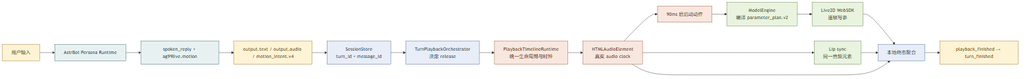
Above: docs/01-架构与结构/05-端到端消息播放时序图-浓缩版.png in murphys7017/AG99live (Mermaid), before the change. Its source is kept beside it as docs/01-架构与结构/05-端到端消息播放时序图-浓缩版.mmd. The source it was exported from:
```mermaid
flowchart LR
    classDef a fill:#e8f1f2,stroke:#2f5d62,color:#163438
    classDef b fill:#fff3d6,stroke:#9a6b14,color:#513807
    classDef c fill:#e8edf7,stroke:#3e5f93,color:#1d3154
    classDef d fill:#f8e7df,stroke:#9b4d2d,color:#542717
    classDef e fill:#e9f3df,stroke:#557a35,color:#2e431d

    A[用户输入]:::b --> B[AstrBot Persona Runtime]:::a
    B --> C[spoken_reply + ag99live.motion]:::a
    C --> D[output.text / output.audio / motion_intent.v4]:::b
    D --> E[SessionStore<br/>turn_id + message_id]:::c
    E --> F[TurnPlaybackOrchestrator<br/>决定 release]:::c
    F --> G[PlaybackTimelineRuntime<br/>统一生命周期与时钟]:::d
    G --> H[HTMLAudioElement<br/>真实 audio clock]:::d
    H --> I[90ms 后启动动作]:::d
    I --> J[ModelEngine<br/>编译 parameter_plan.v2]:::e
    J --> K[Live2D WebSDK<br/>逐帧写参]:::e
    H --> L[Lip sync<br/>同一音频元素]:::e
    K --> M[本地终态聚合]:::c
    L --> M
    H --> M
    M --> N[playback_finished → turn_finished]:::b
```
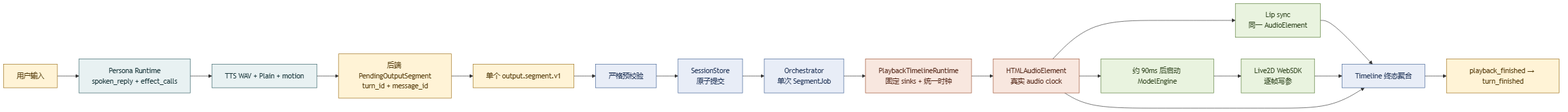
The same diagram one commit later.

The edit, as a diff of the source:
```diff
@@ -5,18 +5,19 @@
     classDef d fill:#f8e7df,stroke:#9b4d2d,color:#542717
     classDef e fill:#e9f3df,stroke:#557a35,color:#2e431d
 
-    A[用户输入]:::b --> B[AstrBot Persona Runtime]:::a
-    B --> C[spoken_reply + ag99live.motion]:::a
-    C --> D[output.text / output.audio / motion_intent.v4]:::b
-    D --> E[SessionStore<br/>turn_id + message_id]:::c
-    E --> F[TurnPlaybackOrchestrator<br/>决定 release]:::c
-    F --> G[PlaybackTimelineRuntime<br/>统一生命周期与时钟]:::d
-    G --> H[HTMLAudioElement<br/>真实 audio clock]:::d
-    H --> I[90ms 后启动动作]:::d
-    I --> J[ModelEngine<br/>编译 parameter_plan.v2]:::e
-    J --> K[Live2D WebSDK<br/>逐帧写参]:::e
-    H --> L[Lip sync<br/>同一音频元素]:::e
-    K --> M[本地终态聚合]:::c
-    L --> M
-    H --> M
-    M --> N[playback_finished → turn_finished]:::b
+    A[用户输入]:::b --> B[Persona Runtime<br/>spoken_reply + effect_calls]:::a
+    B --> C[TTS WAV + Plain + motion]:::a
+    C --> D[后端 PendingOutputSegment<br/>turn_id + message_id]:::b
+    D --> E[单个 output.segment.v1]:::b
+    E --> F[严格预校验]:::c
+    F --> G[SessionStore<br/>原子提交]:::c
+    G --> H[Orchestrator<br/>单次 SegmentJob]:::c
+    H --> I[PlaybackTimelineRuntime<br/>固定 sinks + 统一时钟]:::d
+    I --> J[HTMLAudioElement<br/>真实 audio clock]:::d
+    J --> K[约 90ms 后启动 ModelEngine]:::e
+    J --> L[Lip sync<br/>同一 AudioElement]:::e
+    K --> M[Live2D WebSDK<br/>逐帧写参]:::e
+    L --> N[Timeline 终态聚合]:::c
+    M --> N
+    J --> N
+    N --> O[playback_finished → turn_finished]:::b
```
